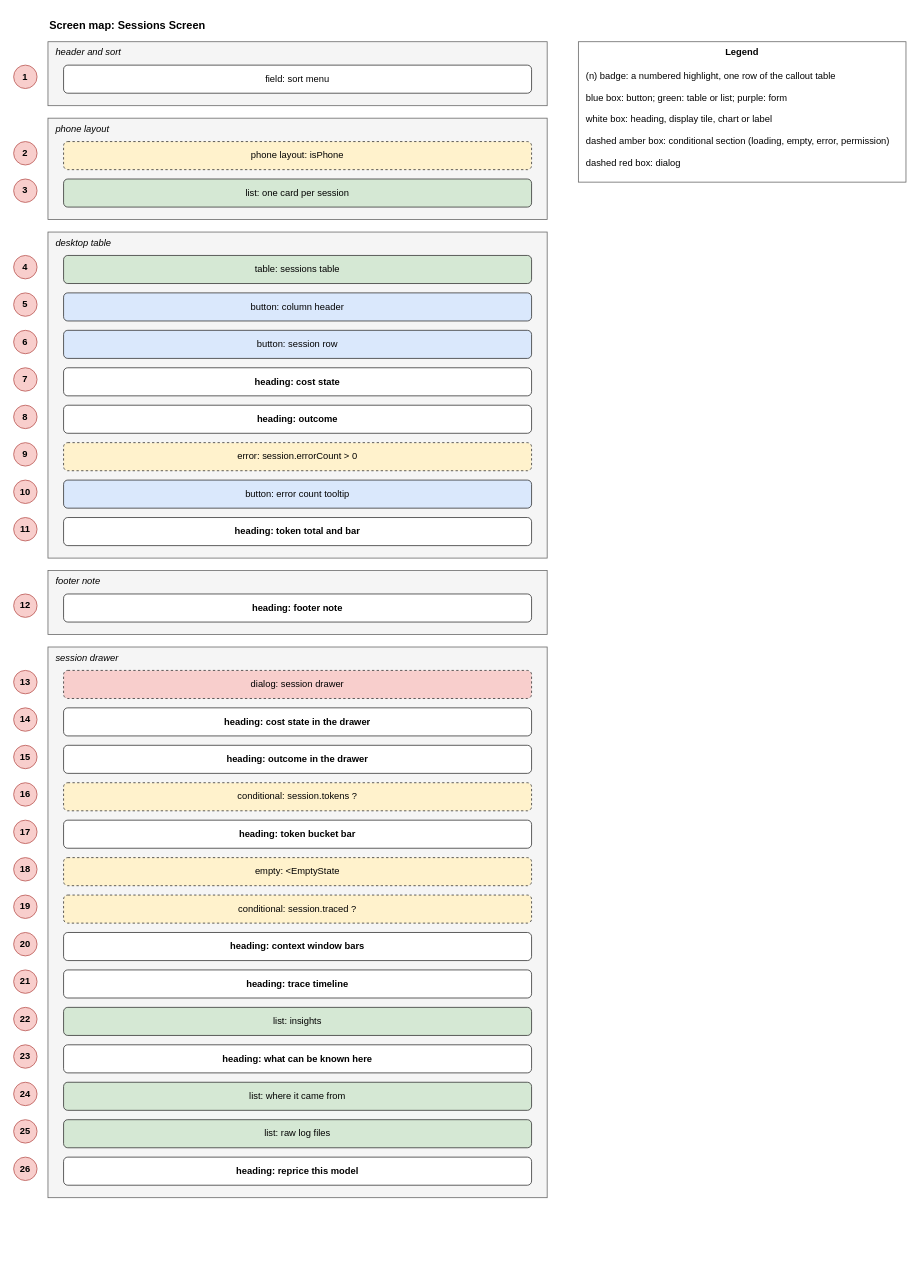
The draw.io diagram docs/brain/architecture/drawio/drawio-screen-sessions-screen.drawio in GeorgiNaydenov/LocalTokenomics, before the edit. Source tidied: cells renumbered, new cells numbered last; positions are measured from the earlier drawing's top-left corner, leaving out a move shared by most shapes. Both pictures are drawn from the tidied source at 78%, with x=0, y=0 at pixel (13, 13).
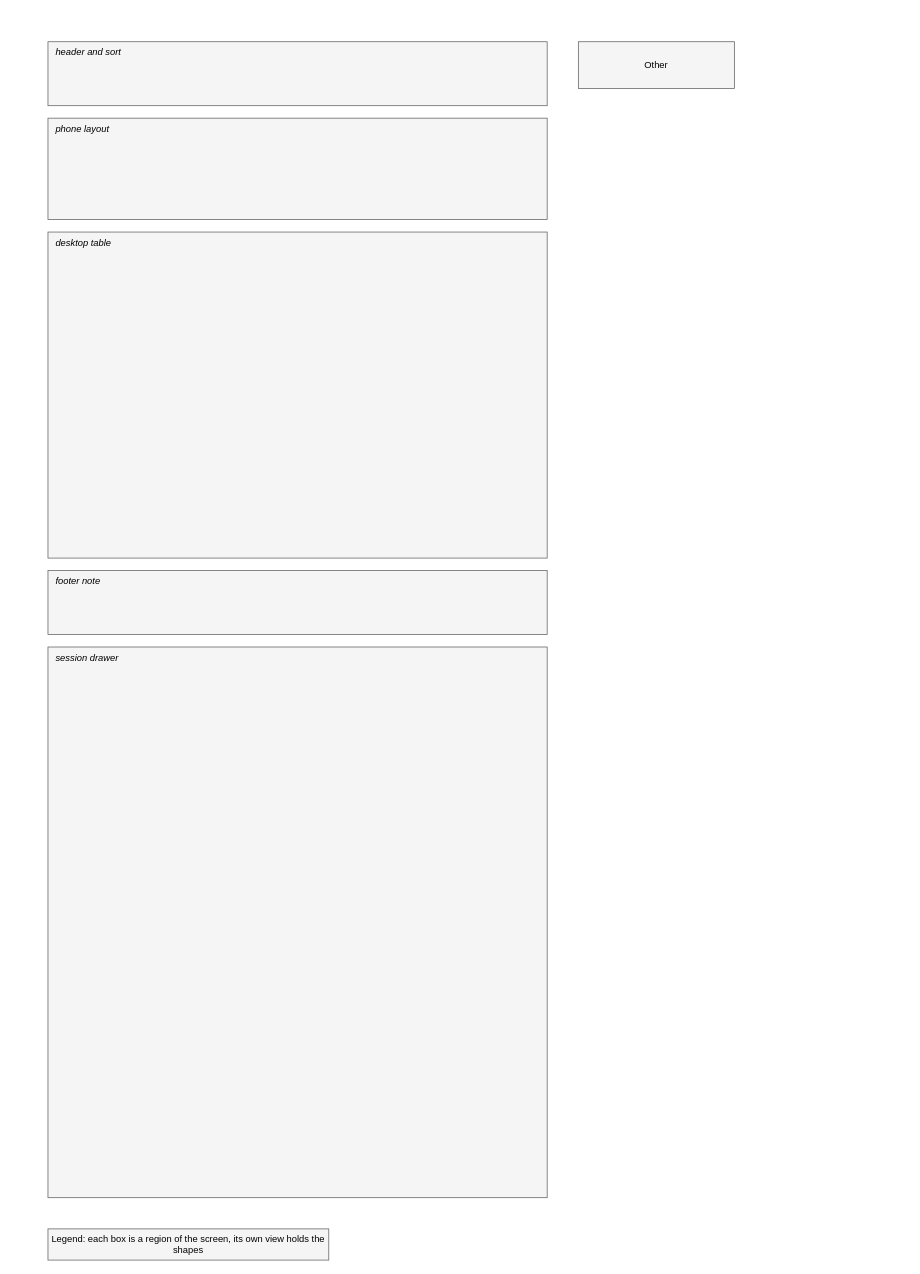
The same diagram, later.

Unchanged cells that the change refers to:
```xml
<mxCell id="3" value="header and sort" style="rounded=0;whiteSpace=wrap;html=0;fillColor=#f5f5f5;strokeColor=#666666;verticalAlign=top;align=left;spacingLeft=8;fontStyle=2;" parent="1" vertex="1">
  <mxGeometry x="44" y="36" width="640" height="82" as="geometry" />
</mxCell>
<mxCell id="6" value="phone layout" style="rounded=0;whiteSpace=wrap;html=0;fillColor=#f5f5f5;strokeColor=#666666;verticalAlign=top;align=left;spacingLeft=8;fontStyle=2;" parent="1" vertex="1">
  <mxGeometry x="44" y="134" width="640" height="130" as="geometry" />
</mxCell>
<mxCell id="11" value="desktop table" style="rounded=0;whiteSpace=wrap;html=0;fillColor=#f5f5f5;strokeColor=#666666;verticalAlign=top;align=left;spacingLeft=8;fontStyle=2;" parent="1" vertex="1">
  <mxGeometry x="44" y="280" width="640" height="418" as="geometry" />
</mxCell>
<mxCell id="28" value="footer note" style="rounded=0;whiteSpace=wrap;html=0;fillColor=#f5f5f5;strokeColor=#666666;verticalAlign=top;align=left;spacingLeft=8;fontStyle=2;" parent="1" vertex="1">
  <mxGeometry x="44" y="714" width="640" height="82" as="geometry" />
</mxCell>
<mxCell id="31" value="session drawer" style="rounded=0;whiteSpace=wrap;html=0;fillColor=#f5f5f5;strokeColor=#666666;verticalAlign=top;align=left;spacingLeft=8;fontStyle=2;" parent="1" vertex="1">
  <mxGeometry x="44" y="812" width="640" height="706" as="geometry" />
</mxCell>
```

What changed in the source:
```diff
@@
-    <mxCell id="2" value="Screen map: Sessions Screen" style="text;html=0;fontStyle=1;fontSize=14;align=left;" parent="1" vertex="1">
-      <mxGeometry x="44" width="500" height="24" as="geometry" />
-    </mxCell>
@@
-    <mxCell id="4" value="field: sort menu" style="rounded=1;whiteSpace=wrap;html=0;fillColor=#ffffff;strokeColor=#333333;" parent="3" vertex="1">
-      <mxGeometry x="20" y="30" width="600" height="36" as="geometry" />
-    </mxCell>
-    <mxCell id="5" value="1" style="ellipse;whiteSpace=wrap;html=0;fillColor=#f8cecc;strokeColor=#b85450;fontStyle=1;" parent="1" vertex="1">
-      <mxGeometry y="66" width="30" height="30" as="geometry" />
-    </mxCell>
@@
-    <mxCell id="7" value="phone layout: isPhone" style="rounded=1;whiteSpace=wrap;html=0;fillColor=#fff2cc;strokeColor=#333333;dashed=1;" parent="6" vertex="1">
-      <mxGeometry x="20" y="30" width="600" height="36" as="geometry" />
-    </mxCell>
-    <mxCell id="8" value="2" style="ellipse;whiteSpace=wrap;html=0;fillColor=#f8cecc;strokeColor=#b85450;fontStyle=1;" parent="1" vertex="1">
-      <mxGeometry y="164" width="30" height="30" as="geometry" />
-    </mxCell>
-    <mxCell id="9" value="list: one card per session" style="rounded=1;whiteSpace=wrap;html=0;fillColor=#d5e8d4;strokeColor=#333333;" parent="6" vertex="1">
-      <mxGeometry x="20" y="78" width="600" height="36" as="geometry" />
-    </mxCell>
-    <mxCell id="10" value="3" style="ellipse;whiteSpace=wrap;html=0;fillColor=#f8cecc;strokeColor=#b85450;fontStyle=1;" parent="1" vertex="1">
-      <mxGeometry y="212" width="30" height="30" as="geometry" />
-    </mxCell>
@@
-    <mxCell id="12" value="table: sessions table" style="rounded=1;whiteSpace=wrap;html=0;fillColor=#d5e8d4;strokeColor=#333333;" parent="11" vertex="1">
-      <mxGeometry x="20" y="30" width="600" height="36" as="geometry" />
-    </mxCell>
-    <mxCell id="13" value="4" style="ellipse;whiteSpace=wrap;html=0;fillColor=#f8cecc;strokeColor=#b85450;fontStyle=1;" parent="1" vertex="1">
-      <mxGeometry y="310" width="30" height="30" as="geometry" />
-    </mxCell>
-    <mxCell id="14" value="button: column header" style="rounded=1;whiteSpace=wrap;html=0;fillColor=#dae8fc;strokeColor=#333333;" parent="11" vertex="1">
-      <mxGeometry x="20" y="78" width="600" height="36" as="geometry" />
-    </mxCell>
-    <mxCell id="15" value="5" style="ellipse;whiteSpace=wrap;html=0;fillColor=#f8cecc;strokeColor=#b85450;fontStyle=1;" parent="1" vertex="1">
-      <mxGeometry y="358" width="30" height="30" as="geometry" />
-    </mxCell>
-    <mxCell id="16" value="button: session row" style="rounded=1;whiteSpace=wrap;html=0;fillColor=#dae8fc;strokeColor=#333333;" parent="11" vertex="1">
-      <mxGeometry x="20" y="126" width="600" height="36" as="geometry" />
-    </mxCell>
-    <mxCell id="17" value="6" style="ellipse;whiteSpace=wrap;html=0;fillColor=#f8cecc;strokeColor=#b85450;fontStyle=1;" parent="1" vertex="1">
-      <mxGeometry y="406" width="30" height="30" as="geometry" />
-    </mxCell>
-    <mxCell id="18" value="heading: cost state" style="rounded=1;whiteSpace=wrap;html=0;fillColor=#ffffff;strokeColor=#333333;fontStyle=1;" parent="11" vertex="1">
-      <mxGeometry x="20" y="174" width="600" height="36" as="geometry" />
-    </mxCell>
-    <mxCell id="19" value="7" style="ellipse;whiteSpace=wrap;html=0;fillColor=#f8cecc;strokeColor=#b85450;fontStyle=1;" parent="1" vertex="1">
-      <mxGeometry y="454" width="30" height="30" as="geometry" />
-    </mxCell>
-    <mxCell id="20" value="heading: outcome" style="rounded=1;whiteSpace=wrap;html=0;fillColor=#ffffff;strokeColor=#333333;fontStyle=1;" parent="11" vertex="1">
-      <mxGeometry x="20" y="222" width="600" height="36" as="geometry" />
-    </mxCell>
-    <mxCell id="21" value="8" style="ellipse;whiteSpace=wrap;html=0;fillColor=#f8cecc;strokeColor=#b85450;fontStyle=1;" parent="1" vertex="1">
-      <mxGeometry y="502" width="30" height="30" as="geometry" />
-    </mxCell>
-    <mxCell id="22" value="error: session.errorCount &gt; 0" style="rounded=1;whiteSpace=wrap;html=0;fillColor=#fff2cc;strokeColor=#333333;dashed=1;" parent="11" vertex="1">
-      <mxGeometry x="20" y="270" width="600" height="36" as="geometry" />
-    </mxCell>
-    <mxCell id="23" value="9" style="ellipse;whiteSpace=wrap;html=0;fillColor=#f8cecc;strokeColor=#b85450;fontStyle=1;" parent="1" vertex="1">
-      <mxGeometry y="550" width="30" height="30" as="geometry" />
-    </mxCell>
-    <mxCell id="24" value="button: error count tooltip" style="rounded=1;whiteSpace=wrap;html=0;fillColor=#dae8fc;strokeColor=#333333;" parent="11" vertex="1">
-      <mxGeometry x="20" y="318" width="600" height="36" as="geometry" />
-    </mxCell>
-    <mxCell id="25" value="10" style="ellipse;whiteSpace=wrap;html=0;fillColor=#f8cecc;strokeColor=#b85450;fontStyle=1;" parent="1" vertex="1">
-      <mxGeometry y="598" width="30" height="30" as="geometry" />
-    </mxCell>
-    <mxCell id="26" value="heading: token total and bar" style="rounded=1;whiteSpace=wrap;html=0;fillColor=#ffffff;strokeColor=#333333;fontStyle=1;" parent="11" vertex="1">
-      <mxGeometry x="20" y="366" width="600" height="36" as="geometry" />
-    </mxCell>
-    <mxCell id="27" value="11" style="ellipse;whiteSpace=wrap;html=0;fillColor=#f8cecc;strokeColor=#b85450;fontStyle=1;" parent="1" vertex="1">
-      <mxGeometry y="646" width="30" height="30" as="geometry" />
-    </mxCell>
@@
-    <mxCell id="29" value="heading: footer note" style="rounded=1;whiteSpace=wrap;html=0;fillColor=#ffffff;strokeColor=#333333;fontStyle=1;" parent="28" vertex="1">
-      <mxGeometry x="20" y="30" width="600" height="36" as="geometry" />
-    </mxCell>
-    <mxCell id="30" value="12" style="ellipse;whiteSpace=wrap;html=0;fillColor=#f8cecc;strokeColor=#b85450;fontStyle=1;" parent="1" vertex="1">
-      <mxGeometry y="744" width="30" height="30" as="geometry" />
-    </mxCell>
@@
-    <mxCell id="32" value="dialog: session drawer" style="rounded=1;whiteSpace=wrap;html=0;fillColor=#f8cecc;strokeColor=#333333;dashed=1;" parent="31" vertex="1">
-      <mxGeometry x="20" y="30" width="600" height="36" as="geometry" />
-    </mxCell>
-    <mxCell id="33" value="13" style="ellipse;whiteSpace=wrap;html=0;fillColor=#f8cecc;strokeColor=#b85450;fontStyle=1;" parent="1" vertex="1">
-      <mxGeometry y="842" width="30" height="30" as="geometry" />
-    </mxCell>
-    <mxCell id="34" value="heading: cost state in the drawer" style="rounded=1;whiteSpace=wrap;html=0;fillColor=#ffffff;strokeColor=#333333;fontStyle=1;" parent="31" vertex="1">
-      <mxGeometry x="20" y="78" width="600" height="36" as="geometry" />
-    </mxCell>
-    <mxCell id="35" value="14" style="ellipse;whiteSpace=wrap;html=0;fillColor=#f8cecc;strokeColor=#b85450;fontStyle=1;" parent="1" vertex="1">
-      <mxGeometry y="890" width="30" height="30" as="geometry" />
-    </mxCell>
-    <mxCell id="36" value="heading: outcome in the drawer" style="rounded=1;whiteSpace=wrap;html=0;fillColor=#ffffff;strokeColor=#333333;fontStyle=1;" parent="31" vertex="1">
-      <mxGeometry x="20" y="126" width="600" height="36" as="geometry" />
-    </mxCell>
-    <mxCell id="37" value="15" style="ellipse;whiteSpace=wrap;html=0;fillColor=#f8cecc;strokeColor=#b85450;fontStyle=1;" parent="1" vertex="1">
-      <mxGeometry y="938" width="30" height="30" as="geometry" />
-    </mxCell>
-    <mxCell id="38" value="conditional: session.tokens ?" style="rounded=1;whiteSpace=wrap;html=0;fillColor=#fff2cc;strokeColor=#333333;dashed=1;" parent="31" vertex="1">
-      <mxGeometry x="20" y="174" width="600" height="36" as="geometry" />
-    </mxCell>
-    <mxCell id="39" value="16" style="ellipse;whiteSpace=wrap;html=0;fillColor=#f8cecc;strokeColor=#b85450;fontStyle=1;" parent="1" vertex="1">
-      <mxGeometry y="986" width="30" height="30" as="geometry" />
-    </mxCell>
-    <mxCell id="40" value="heading: token bucket bar" style="rounded=1;whiteSpace=wrap;html=0;fillColor=#ffffff;strokeColor=#333333;fontStyle=1;" parent="31" vertex="1">
-      <mxGeometry x="20" y="222" width="600" height="36" as="geometry" />
-    </mxCell>
-    <mxCell id="41" value="17" style="ellipse;whiteSpace=wrap;html=0;fillColor=#f8cecc;strokeColor=#b85450;fontStyle=1;" parent="1" vertex="1">
-      <mxGeometry y="1034" width="30" height="30" as="geometry" />
-    </mxCell>
-    <mxCell id="42" value="empty: &lt;EmptyState" style="rounded=1;whiteSpace=wrap;html=0;fillColor=#fff2cc;strokeColor=#333333;dashed=1;" parent="31" vertex="1">
-      <mxGeometry x="20" y="270" width="600" height="36" as="geometry" />
-    </mxCell>
-    <mxCell id="43" value="18" style="ellipse;whiteSpace=wrap;html=0;fillColor=#f8cecc;strokeColor=#b85450;fontStyle=1;" parent="1" vertex="1">
-      <mxGeometry y="1082" width="30" height="30" as="geometry" />
-    </mxCell>
-    <mxCell id="44" value="conditional: session.traced ?" style="rounded=1;whiteSpace=wrap;html=0;fillColor=#fff2cc;strokeColor=#333333;dashed=1;" parent="31" vertex="1">
-      <mxGeometry x="20" y="318" width="600" height="36" as="geometry" />
-    </mxCell>
-    <mxCell id="45" value="19" style="ellipse;whiteSpace=wrap;html=0;fillColor=#f8cecc;strokeColor=#b85450;fontStyle=1;" parent="1" vertex="1">
-      <mxGeometry y="1130" width="30" height="30" as="geometry" />
-    </mxCell>
-    <mxCell id="46" value="heading: context window bars" style="rounded=1;whiteSpace=wrap;html=0;fillColor=#ffffff;strokeColor=#333333;fontStyle=1;" parent="31" vertex="1">
-      <mxGeometry x="20" y="366" width="600" height="36" as="geometry" />
-    </mxCell>
-    <mxCell id="47" value="20" style="ellipse;whiteSpace=wrap;html=0;fillColor=#f8cecc;strokeColor=#b85450;fontStyle=1;" parent="1" vertex="1">
-      <mxGeometry y="1178" width="30" height="30" as="geometry" />
-    </mxCell>
-    <mxCell id="48" value="heading: trace timeline" style="rounded=1;whiteSpace=wrap;html=0;fillColor=#ffffff;strokeColor=#333333;fontStyle=1;" parent="31" vertex="1">
-      <mxGeometry x="20" y="414" width="600" height="36" as="geometry" />
-    </mxCell>
-    <mxCell id="49" value="21" style="ellipse;whiteSpace=wrap;html=0;fillColor=#f8cecc;strokeColor=#b85450;fontStyle=1;" parent="1" vertex="1">
-      <mxGeometry y="1226" width="30" height="30" as="geometry" />
-    </mxCell>
-    <mxCell id="50" value="list: insights" style="rounded=1;whiteSpace=wrap;html=0;fillColor=#d5e8d4;strokeColor=#333333;" parent="31" vertex="1">
-      <mxGeometry x="20" y="462" width="600" height="36" as="geometry" />
-    </mxCell>
-    <mxCell id="51" value="22" style="ellipse;whiteSpace=wrap;html=0;fillColor=#f8cecc;strokeColor=#b85450;fontStyle=1;" parent="1" vertex="1">
-      <mxGeometry y="1274" width="30" height="30" as="geometry" />
-    </mxCell>
-    <mxCell id="52" value="heading: what can be known here" style="rounded=1;whiteSpace=wrap;html=0;fillColor=#ffffff;strokeColor=#333333;fontStyle=1;" parent="31" vertex="1">
-      <mxGeometry x="20" y="510" width="600" height="36" as="geometry" />
-    </mxCell>
-    <mxCell id="53" value="23" style="ellipse;whiteSpace=wrap;html=0;fillColor=#f8cecc;strokeColor=#b85450;fontStyle=1;" parent="1" vertex="1">
-      <mxGeometry y="1322" width="30" height="30" as="geometry" />
-    </mxCell>
-    <mxCell id="54" value="list: where it came from" style="rounded=1;whiteSpace=wrap;html=0;fillColor=#d5e8d4;strokeColor=#333333;" parent="31" vertex="1">
-      <mxGeometry x="20" y="558" width="600" height="36" as="geometry" />
-    </mxCell>
-    <mxCell id="55" value="24" style="ellipse;whiteSpace=wrap;html=0;fillColor=#f8cecc;strokeColor=#b85450;fontStyle=1;" parent="1" vertex="1">
-      <mxGeometry y="1370" width="30" height="30" as="geometry" />
-    </mxCell>
-    <mxCell id="56" value="list: raw log files" style="rounded=1;whiteSpace=wrap;html=0;fillColor=#d5e8d4;strokeColor=#333333;" parent="31" vertex="1">
-      <mxGeometry x="20" y="606" width="600" height="36" as="geometry" />
-    </mxCell>
-    <mxCell id="57" value="25" style="ellipse;whiteSpace=wrap;html=0;fillColor=#f8cecc;strokeColor=#b85450;fontStyle=1;" parent="1" vertex="1">
-      <mxGeometry y="1418" width="30" height="30" as="geometry" />
-    </mxCell>
-    <mxCell id="58" value="heading: reprice this model" style="rounded=1;whiteSpace=wrap;html=0;fillColor=#ffffff;strokeColor=#333333;fontStyle=1;" parent="31" vertex="1">
-      <mxGeometry x="20" y="654" width="600" height="36" as="geometry" />
-    </mxCell>
-    <mxCell id="59" value="26" style="ellipse;whiteSpace=wrap;html=0;fillColor=#f8cecc;strokeColor=#b85450;fontStyle=1;" parent="1" vertex="1">
-      <mxGeometry y="1466" width="30" height="30" as="geometry" />
-    </mxCell>
-    <mxCell id="60" value="Legend" style="rounded=0;whiteSpace=wrap;html=0;fillColor=#ffffff;strokeColor=#666666;verticalAlign=top;fontStyle=1;" parent="1" vertex="1">
-      <mxGeometry x="724" y="36" width="420" height="180" as="geometry" />
-    </mxCell>
-    <mxCell id="61" value="(n) badge: a numbered highlight, one row of the callout table" style="text;html=0;align=left;whiteSpace=wrap;" parent="60" vertex="1">
-      <mxGeometry x="8" y="30" width="400" height="24" as="geometry" />
-    </mxCell>
-    <mxCell id="62" value="blue box: button; green: table or list; purple: form" style="text;html=0;align=left;whiteSpace=wrap;" parent="60" vertex="1">
-      <mxGeometry x="8" y="58" width="400" height="24" as="geometry" />
-    </mxCell>
-    <mxCell id="63" value="white box: heading, display tile, chart or label" style="text;html=0;align=left;whiteSpace=wrap;" parent="60" vertex="1">
-      <mxGeometry x="8" y="86" width="400" height="24" as="geometry" />
-    </mxCell>
-    <mxCell id="64" value="dashed amber box: conditional section (loading, empty, error, permission)" style="text;html=0;align=left;whiteSpace=wrap;" parent="60" vertex="1">
-      <mxGeometry x="8" y="114" width="400" height="24" as="geometry" />
-    </mxCell>
-    <mxCell id="65" value="dashed red box: dialog" style="text;html=0;align=left;whiteSpace=wrap;" parent="60" vertex="1">
-      <mxGeometry x="8" y="142" width="400" height="24" as="geometry" />
-    </mxCell>
+    <mxCell id="66" value="Other" style="rounded=0;whiteSpace=wrap;html=1;fillColor=#F5F5F5;strokeColor=#666666;fontColor=#000000;" parent="1" vertex="1">
+      <mxGeometry x="724" y="36" width="200" height="60" as="geometry" />
+    </mxCell>
+    <mxCell id="67" value="Legend: each box is a region of the screen, its own view holds the shapes" style="rounded=0;whiteSpace=wrap;html=1;fillColor=#F5F5F5;strokeColor=#666666;fontColor=#000000;" parent="1" vertex="1">
+      <mxGeometry x="44" y="1558" width="360" height="40" as="geometry" />
+    </mxCell>
```
